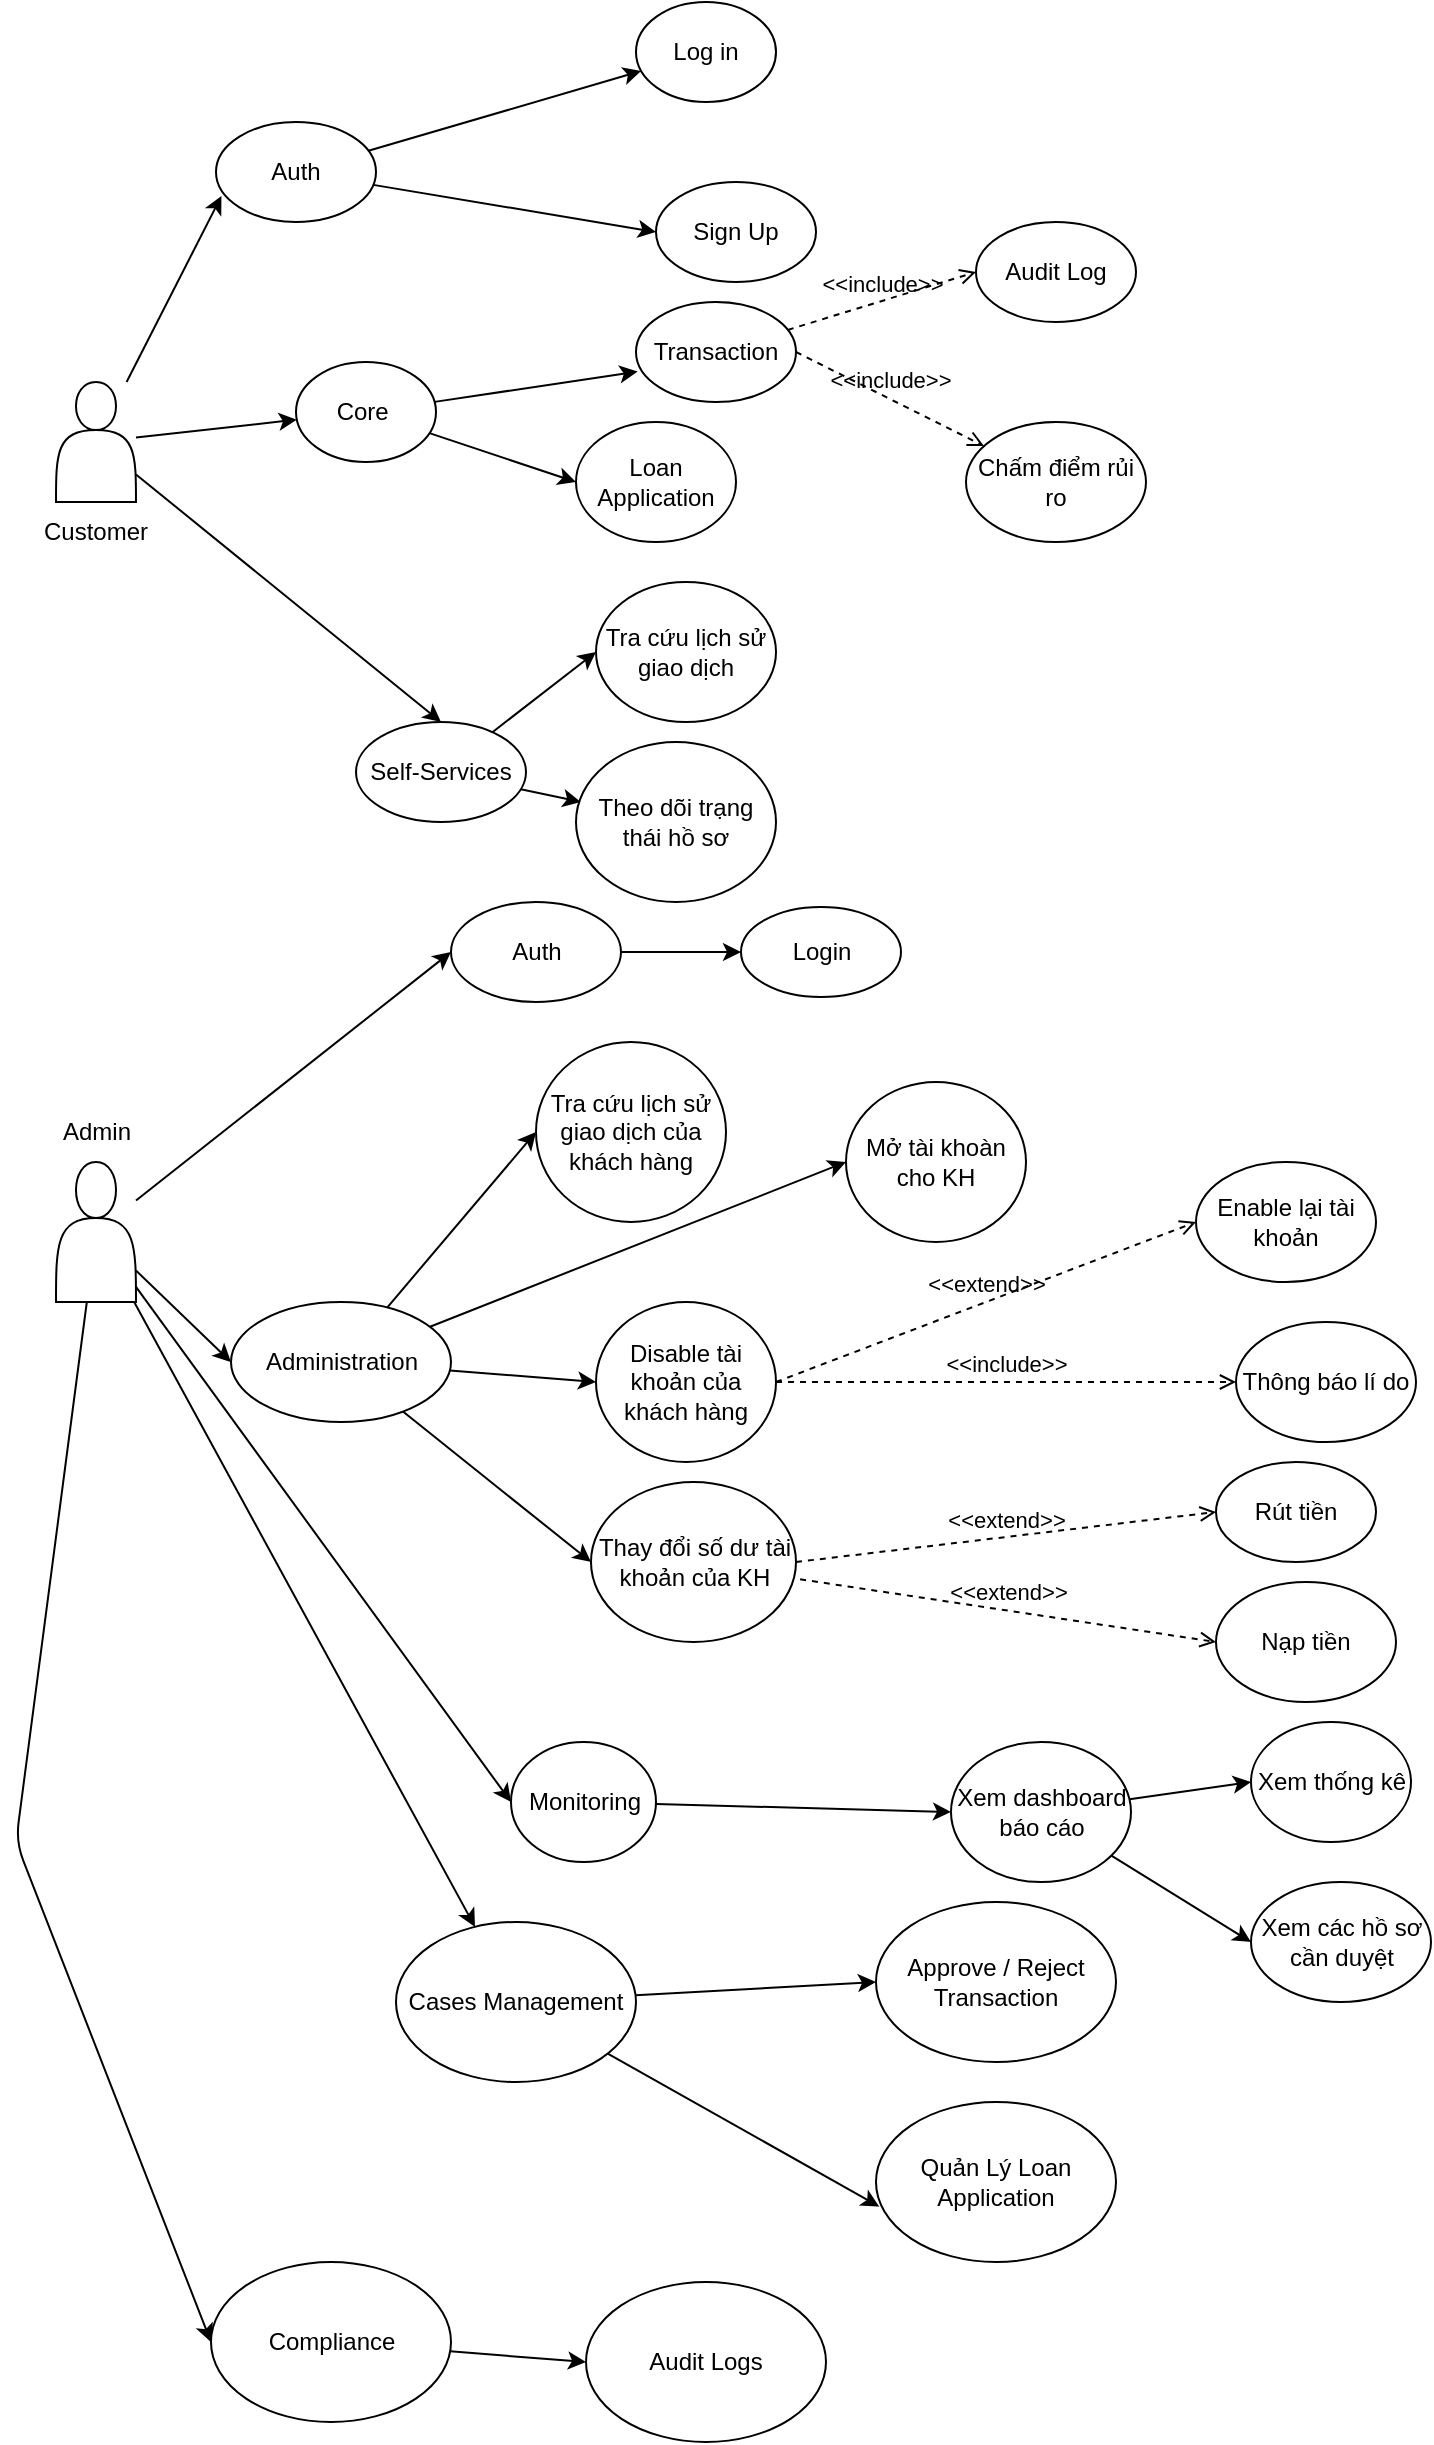
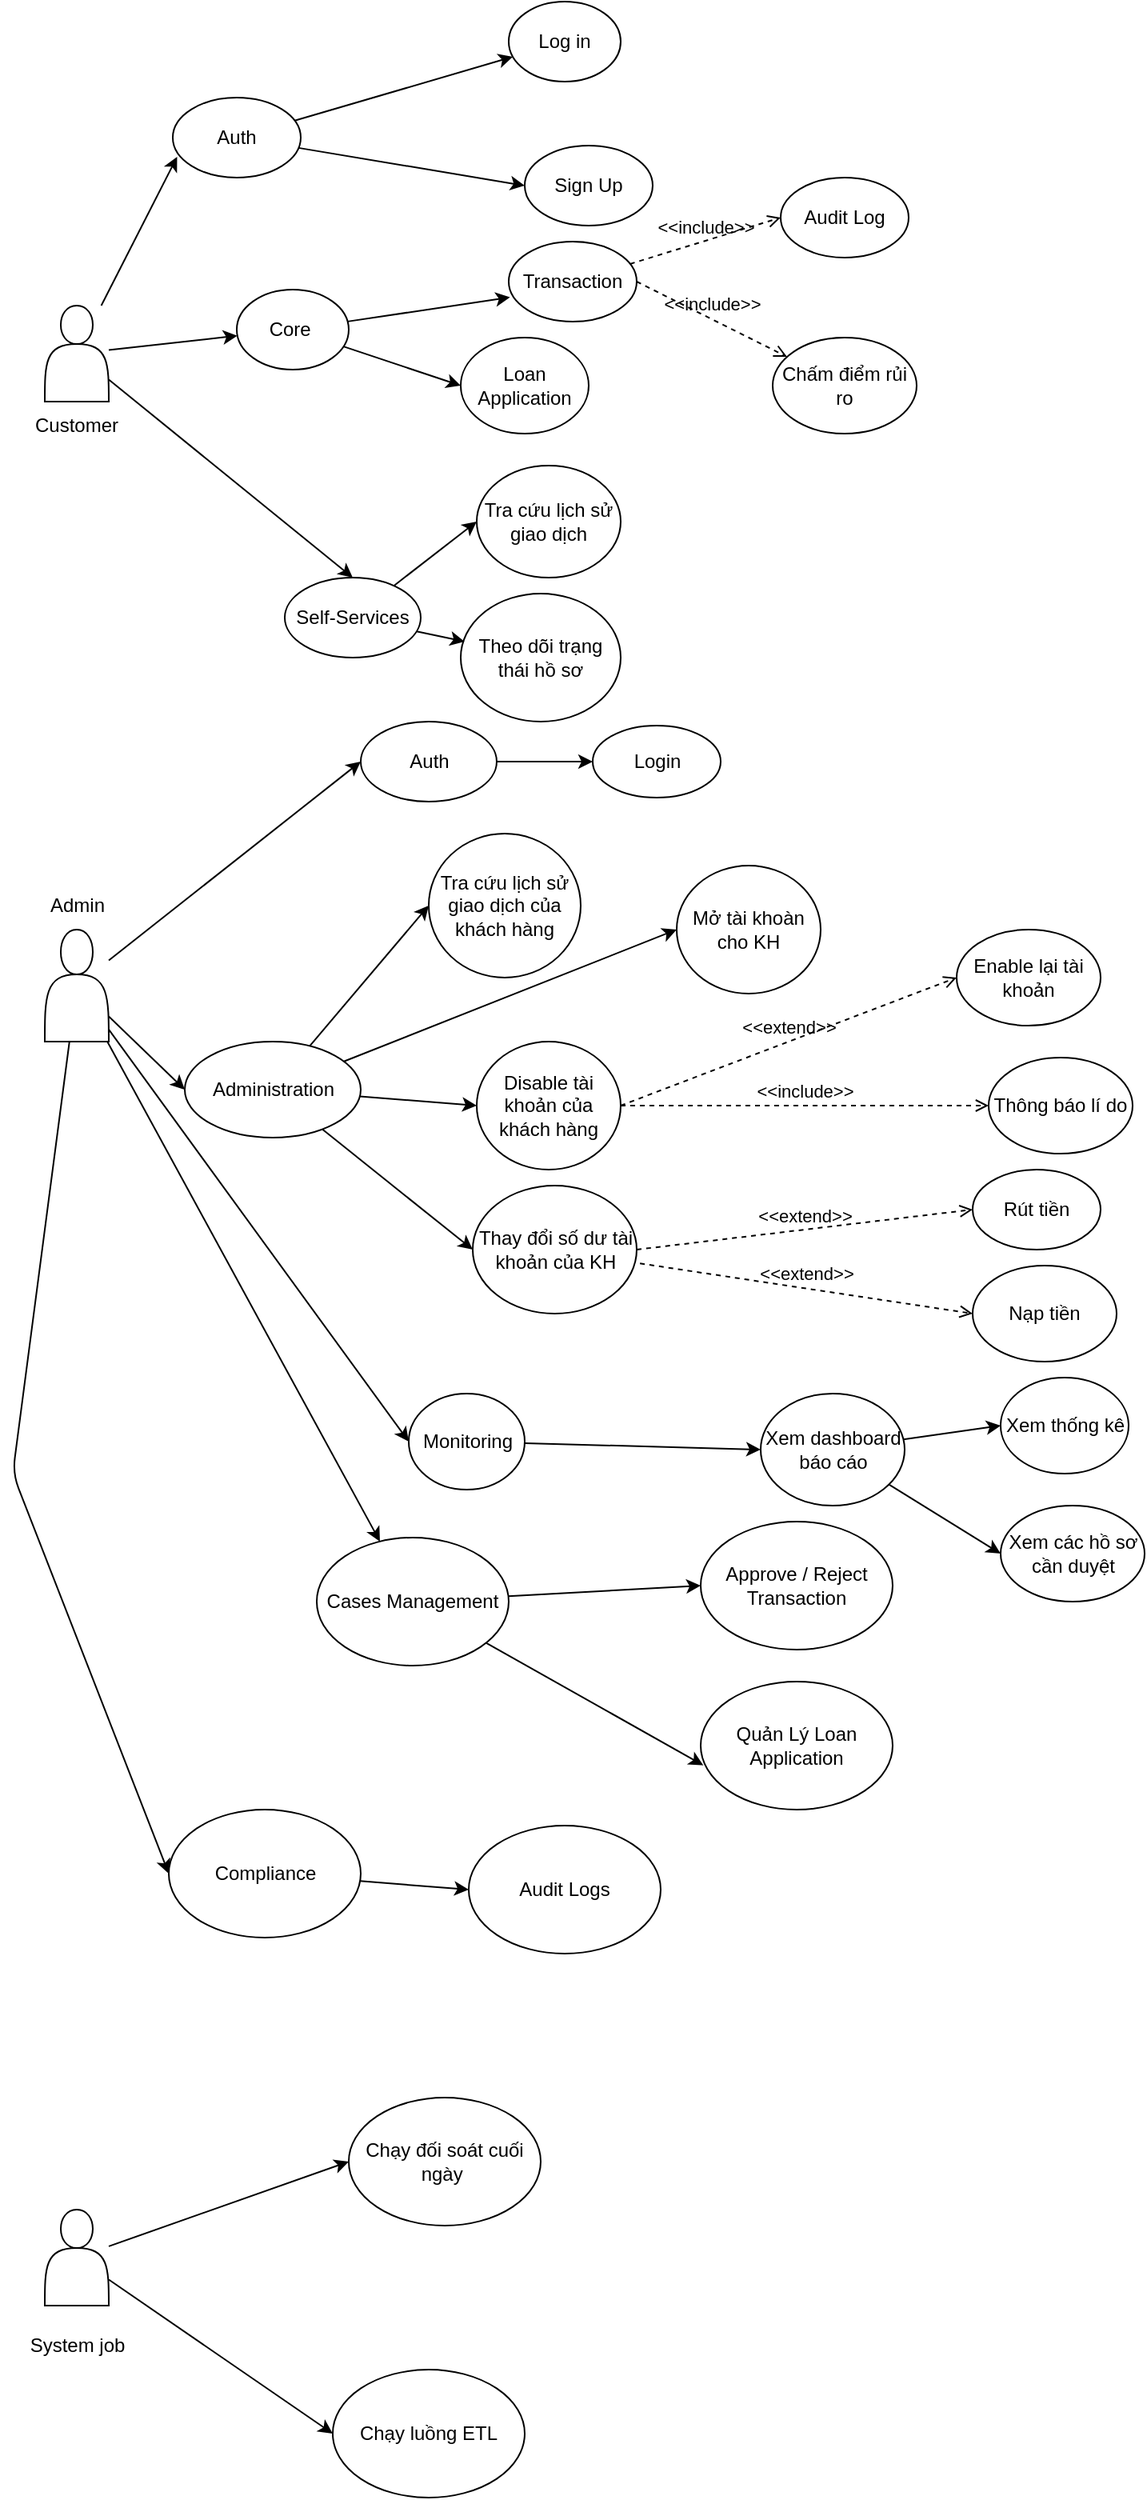
<mxfile host="65bd71144e">
    <diagram id="MHhxsnbR9KZODQGMe67n" name="Page-1">
-         <mxGraphModel dx="802" dy="371" grid="1" gridSize="10" guides="1" tooltips="1" connect="1" arrows="1" fold="1" page="1" pageScale="1" pageWidth="1100" pageHeight="1700" background="none" math="0" shadow="0">
+         <mxGraphModel dx="1186" dy="585" grid="1" gridSize="10" guides="1" tooltips="1" connect="1" arrows="1" fold="1" page="1" pageScale="1" pageWidth="1100" pageHeight="1700" background="none" math="0" shadow="0">
            <root>
                <mxCell id="0"/>
                <mxCell id="1" parent="0"/>
                <mxCell id="25" style="edgeStyle=none;html=1;entryX=0.5;entryY=0;entryDx=0;entryDy=0;" parent="1" source="2" target="21" edge="1">
                    <mxGeometry relative="1" as="geometry"/>
                </mxCell>
                <mxCell id="29" style="edgeStyle=none;html=1;" parent="1" source="2" target="14" edge="1">
                    <mxGeometry relative="1" as="geometry"/>
                </mxCell>
                <mxCell id="2" value="" style="shape=actor;whiteSpace=wrap;html=1;" parent="1" vertex="1">
                    <mxGeometry x="40" y="190" width="40" height="60" as="geometry"/>
                </mxCell>
                <mxCell id="11" style="edgeStyle=none;html=1;" parent="1" source="3" target="7" edge="1">
                    <mxGeometry relative="1" as="geometry"/>
                </mxCell>
                <mxCell id="13" style="edgeStyle=none;html=1;entryX=0;entryY=0.5;entryDx=0;entryDy=0;" parent="1" source="3" target="9" edge="1">
                    <mxGeometry relative="1" as="geometry"/>
                </mxCell>
                <mxCell id="3" value="Auth" style="ellipse;whiteSpace=wrap;html=1;" parent="1" vertex="1">
                    <mxGeometry x="120" y="60" width="80" height="50" as="geometry"/>
                </mxCell>
                <mxCell id="4" value="Customer" style="text;html=1;align=center;verticalAlign=middle;whiteSpace=wrap;rounded=0;" parent="1" vertex="1">
                    <mxGeometry x="30" y="250" width="60" height="30" as="geometry"/>
                </mxCell>
                <mxCell id="7" value="Log in" style="ellipse;whiteSpace=wrap;html=1;" parent="1" vertex="1">
                    <mxGeometry x="330" width="70" height="50" as="geometry"/>
                </mxCell>
                <mxCell id="9" value="Sign Up" style="ellipse;whiteSpace=wrap;html=1;" parent="1" vertex="1">
                    <mxGeometry x="340" y="90" width="80" height="50" as="geometry"/>
                </mxCell>
                <mxCell id="19" style="edgeStyle=none;html=1;entryX=0;entryY=0.5;entryDx=0;entryDy=0;" parent="1" source="14" target="18" edge="1">
                    <mxGeometry relative="1" as="geometry"/>
                </mxCell>
                <mxCell id="14" value="Core&amp;nbsp;" style="ellipse;whiteSpace=wrap;html=1;" parent="1" vertex="1">
                    <mxGeometry x="160" y="180" width="70" height="50" as="geometry"/>
                </mxCell>
                <mxCell id="16" value="Transaction" style="ellipse;whiteSpace=wrap;html=1;" parent="1" vertex="1">
                    <mxGeometry x="330" y="150" width="80" height="50" as="geometry"/>
                </mxCell>
                <mxCell id="17" style="edgeStyle=none;html=1;entryX=0.01;entryY=0.696;entryDx=0;entryDy=0;entryPerimeter=0;" parent="1" source="14" target="16" edge="1">
                    <mxGeometry relative="1" as="geometry"/>
                </mxCell>
                <mxCell id="18" value="Loan Application" style="ellipse;whiteSpace=wrap;html=1;" parent="1" vertex="1">
                    <mxGeometry x="300" y="210" width="80" height="60" as="geometry"/>
                </mxCell>
                <mxCell id="26" style="edgeStyle=none;html=1;entryX=0;entryY=0.5;entryDx=0;entryDy=0;" parent="1" source="21" target="22" edge="1">
                    <mxGeometry relative="1" as="geometry"/>
                </mxCell>
                <mxCell id="21" value="Self-Services" style="ellipse;whiteSpace=wrap;html=1;" parent="1" vertex="1">
                    <mxGeometry x="190" y="360" width="85" height="50" as="geometry"/>
                </mxCell>
                <mxCell id="22" value="Tra cứu lịch sử giao dịch" style="ellipse;whiteSpace=wrap;html=1;" parent="1" vertex="1">
                    <mxGeometry x="310" y="290" width="90" height="70" as="geometry"/>
                </mxCell>
                <mxCell id="23" value="Theo dõi trạng thái hồ sơ" style="ellipse;whiteSpace=wrap;html=1;" parent="1" vertex="1">
                    <mxGeometry x="300" y="370" width="100" height="80" as="geometry"/>
                </mxCell>
                <mxCell id="27" style="edgeStyle=none;html=1;entryX=0.024;entryY=0.375;entryDx=0;entryDy=0;entryPerimeter=0;" parent="1" source="21" target="23" edge="1">
                    <mxGeometry relative="1" as="geometry"/>
                </mxCell>
                <mxCell id="28" style="edgeStyle=none;html=1;entryX=0.034;entryY=0.74;entryDx=0;entryDy=0;entryPerimeter=0;" parent="1" source="2" target="3" edge="1">
                    <mxGeometry relative="1" as="geometry"/>
                </mxCell>
                <mxCell id="33" style="edgeStyle=none;html=1;entryX=0;entryY=0.5;entryDx=0;entryDy=0;" parent="1" source="30" target="31" edge="1">
                    <mxGeometry relative="1" as="geometry"/>
                </mxCell>
                <mxCell id="36" style="edgeStyle=none;html=1;entryX=0;entryY=0.5;entryDx=0;entryDy=0;" parent="1" source="30" target="35" edge="1">
                    <mxGeometry relative="1" as="geometry"/>
                </mxCell>
                <mxCell id="61" style="edgeStyle=none;html=1;entryX=0;entryY=0.5;entryDx=0;entryDy=0;" parent="1" source="30" target="60" edge="1">
                    <mxGeometry relative="1" as="geometry"/>
                </mxCell>
                <mxCell id="71" style="edgeStyle=none;html=1;" parent="1" source="30" target="68" edge="1">
                    <mxGeometry relative="1" as="geometry"/>
                </mxCell>
                <mxCell id="76" style="edgeStyle=none;html=1;entryX=0;entryY=0.5;entryDx=0;entryDy=0;" parent="1" source="30" target="74" edge="1">
                    <mxGeometry relative="1" as="geometry">
                        <Array as="points">
                            <mxPoint x="20" y="920"/>
                        </Array>
                    </mxGeometry>
                </mxCell>
                <mxCell id="30" value="" style="shape=actor;whiteSpace=wrap;html=1;" parent="1" vertex="1">
                    <mxGeometry x="40" y="580" width="40" height="70" as="geometry"/>
                </mxCell>
                <mxCell id="34" style="edgeStyle=none;html=1;entryX=0;entryY=0.5;entryDx=0;entryDy=0;" parent="1" source="31" target="32" edge="1">
                    <mxGeometry relative="1" as="geometry"/>
                </mxCell>
                <mxCell id="31" value="Auth" style="ellipse;whiteSpace=wrap;html=1;" parent="1" vertex="1">
                    <mxGeometry x="237.5" y="450" width="85" height="50" as="geometry"/>
                </mxCell>
                <mxCell id="32" value="Login" style="ellipse;whiteSpace=wrap;html=1;" parent="1" vertex="1">
                    <mxGeometry x="382.5" y="452.5" width="80" height="45" as="geometry"/>
                </mxCell>
                <mxCell id="38" style="edgeStyle=none;html=1;entryX=0;entryY=0.5;entryDx=0;entryDy=0;" parent="1" source="35" target="37" edge="1">
                    <mxGeometry relative="1" as="geometry"/>
                </mxCell>
                <mxCell id="51" style="edgeStyle=none;html=1;entryX=0;entryY=0.5;entryDx=0;entryDy=0;" parent="1" source="35" target="39" edge="1">
                    <mxGeometry relative="1" as="geometry"/>
                </mxCell>
                <mxCell id="52" style="edgeStyle=none;html=1;entryX=0;entryY=0.5;entryDx=0;entryDy=0;" parent="1" source="35" target="41" edge="1">
                    <mxGeometry relative="1" as="geometry"/>
                </mxCell>
                <mxCell id="55" style="edgeStyle=none;html=1;entryX=0;entryY=0.5;entryDx=0;entryDy=0;" parent="1" source="35" target="53" edge="1">
                    <mxGeometry relative="1" as="geometry"/>
                </mxCell>
                <mxCell id="35" value="Administration" style="ellipse;whiteSpace=wrap;html=1;" parent="1" vertex="1">
                    <mxGeometry x="127.5" y="650" width="110" height="60" as="geometry"/>
                </mxCell>
                <mxCell id="37" value="Tra cứu lịch sử giao dịch của khách hàng" style="ellipse;whiteSpace=wrap;html=1;" parent="1" vertex="1">
                    <mxGeometry x="280" y="520" width="95" height="90" as="geometry"/>
                </mxCell>
                <mxCell id="39" value="Mở tài khoàn cho KH" style="ellipse;whiteSpace=wrap;html=1;" parent="1" vertex="1">
                    <mxGeometry x="435" y="540" width="90" height="80" as="geometry"/>
                </mxCell>
                <mxCell id="41" value="Disable tài khoản của khách hàng" style="ellipse;whiteSpace=wrap;html=1;" parent="1" vertex="1">
                    <mxGeometry x="310" y="650" width="90" height="80" as="geometry"/>
                </mxCell>
                <mxCell id="43" value="&amp;lt;&amp;lt;include&amp;gt;&amp;gt;" style="html=1;verticalAlign=bottom;labelBackgroundColor=none;endArrow=open;endFill=0;dashed=1;exitX=1;exitY=0.5;exitDx=0;exitDy=0;" parent="1" source="41" target="44" edge="1">
                    <mxGeometry width="160" relative="1" as="geometry">
                        <mxPoint x="360" y="760" as="sourcePoint"/>
                        <mxPoint x="450" y="720" as="targetPoint"/>
                    </mxGeometry>
                </mxCell>
                <mxCell id="44" value="Thông báo lí do" style="ellipse;whiteSpace=wrap;html=1;" parent="1" vertex="1">
                    <mxGeometry x="630" y="660" width="90" height="60" as="geometry"/>
                </mxCell>
                <mxCell id="46" value="&amp;lt;&amp;lt;extend&amp;gt;&amp;gt;" style="html=1;verticalAlign=bottom;labelBackgroundColor=none;endArrow=open;endFill=0;dashed=1;exitX=1;exitY=0.5;exitDx=0;exitDy=0;entryX=0;entryY=0.5;entryDx=0;entryDy=0;" parent="1" source="41" target="47" edge="1">
                    <mxGeometry width="160" relative="1" as="geometry">
                        <mxPoint x="365" y="710" as="sourcePoint"/>
                        <mxPoint x="520" y="690" as="targetPoint"/>
                        <Array as="points"/>
                    </mxGeometry>
                </mxCell>
                <mxCell id="47" value="Enable lại tài khoản" style="ellipse;whiteSpace=wrap;html=1;" parent="1" vertex="1">
                    <mxGeometry x="610" y="580" width="90" height="60" as="geometry"/>
                </mxCell>
                <mxCell id="53" value="Thay đổi số dư tài khoản của KH" style="ellipse;whiteSpace=wrap;html=1;" parent="1" vertex="1">
                    <mxGeometry x="307.5" y="740" width="102.5" height="80" as="geometry"/>
                </mxCell>
                <mxCell id="56" value="&amp;lt;&amp;lt;extend&amp;gt;&amp;gt;" style="html=1;verticalAlign=bottom;labelBackgroundColor=none;endArrow=open;endFill=0;dashed=1;exitX=1;exitY=0.5;exitDx=0;exitDy=0;entryX=0;entryY=0.5;entryDx=0;entryDy=0;" parent="1" source="53" target="57" edge="1">
                    <mxGeometry width="160" relative="1" as="geometry">
                        <mxPoint x="400" y="840" as="sourcePoint"/>
                        <mxPoint x="440" y="820" as="targetPoint"/>
                    </mxGeometry>
                </mxCell>
                <mxCell id="57" value="Rút tiền" style="ellipse;whiteSpace=wrap;html=1;" parent="1" vertex="1">
                    <mxGeometry x="620" y="730" width="80" height="50" as="geometry"/>
                </mxCell>
                <mxCell id="58" value="&amp;lt;&amp;lt;extend&amp;gt;&amp;gt;" style="html=1;verticalAlign=bottom;labelBackgroundColor=none;endArrow=open;endFill=0;dashed=1;exitX=1.02;exitY=0.608;exitDx=0;exitDy=0;exitPerimeter=0;entryX=0;entryY=0.5;entryDx=0;entryDy=0;" parent="1" source="53" target="59" edge="1">
                    <mxGeometry width="160" relative="1" as="geometry">
                        <mxPoint x="400" y="880" as="sourcePoint"/>
                        <mxPoint x="440" y="880" as="targetPoint"/>
                    </mxGeometry>
                </mxCell>
                <mxCell id="59" value="Nạp tiền" style="ellipse;whiteSpace=wrap;html=1;" parent="1" vertex="1">
                    <mxGeometry x="620" y="790" width="90" height="60" as="geometry"/>
                </mxCell>
                <mxCell id="65" style="edgeStyle=none;html=1;entryX=0;entryY=0.5;entryDx=0;entryDy=0;" parent="1" source="60" target="62" edge="1">
                    <mxGeometry relative="1" as="geometry"/>
                </mxCell>
                <mxCell id="60" value="Monitoring" style="ellipse;whiteSpace=wrap;html=1;" parent="1" vertex="1">
                    <mxGeometry x="267.5" y="870" width="72.5" height="60" as="geometry"/>
                </mxCell>
                <mxCell id="66" style="edgeStyle=none;html=1;entryX=0;entryY=0.5;entryDx=0;entryDy=0;" parent="1" source="62" target="63" edge="1">
                    <mxGeometry relative="1" as="geometry"/>
                </mxCell>
                <mxCell id="67" style="edgeStyle=none;html=1;entryX=0;entryY=0.5;entryDx=0;entryDy=0;" parent="1" source="62" target="64" edge="1">
                    <mxGeometry relative="1" as="geometry"/>
                </mxCell>
                <mxCell id="62" value="Xem dashboard báo cáo" style="ellipse;whiteSpace=wrap;html=1;" parent="1" vertex="1">
                    <mxGeometry x="487.5" y="870" width="90" height="70" as="geometry"/>
                </mxCell>
                <mxCell id="63" value="Xem thống kê" style="ellipse;whiteSpace=wrap;html=1;" parent="1" vertex="1">
                    <mxGeometry x="637.5" y="860" width="80" height="60" as="geometry"/>
                </mxCell>
                <mxCell id="64" value="Xem các hồ sơ cần duyệt" style="ellipse;whiteSpace=wrap;html=1;" parent="1" vertex="1">
                    <mxGeometry x="637.5" y="940" width="90" height="60" as="geometry"/>
                </mxCell>
                <mxCell id="72" style="edgeStyle=none;html=1;entryX=0;entryY=0.5;entryDx=0;entryDy=0;" parent="1" source="68" target="69" edge="1">
                    <mxGeometry relative="1" as="geometry"/>
                </mxCell>
                <mxCell id="68" value="Cases Management" style="ellipse;whiteSpace=wrap;html=1;" parent="1" vertex="1">
                    <mxGeometry x="210" y="960" width="120" height="80" as="geometry"/>
                </mxCell>
                <mxCell id="69" value="Approve / Reject&lt;div&gt;Transaction&lt;/div&gt;" style="ellipse;whiteSpace=wrap;html=1;" parent="1" vertex="1">
                    <mxGeometry x="450" y="950" width="120" height="80" as="geometry"/>
                </mxCell>
                <mxCell id="70" value="Quản Lý Loan Application" style="ellipse;whiteSpace=wrap;html=1;" parent="1" vertex="1">
                    <mxGeometry x="450" y="1050" width="120" height="80" as="geometry"/>
                </mxCell>
                <mxCell id="73" style="edgeStyle=none;html=1;entryX=0.014;entryY=0.654;entryDx=0;entryDy=0;entryPerimeter=0;" parent="1" source="68" target="70" edge="1">
                    <mxGeometry relative="1" as="geometry"/>
                </mxCell>
                <mxCell id="77" style="edgeStyle=none;html=1;entryX=0;entryY=0.5;entryDx=0;entryDy=0;" parent="1" source="74" target="75" edge="1">
                    <mxGeometry relative="1" as="geometry"/>
                </mxCell>
                <mxCell id="74" value="Compliance" style="ellipse;whiteSpace=wrap;html=1;" parent="1" vertex="1">
                    <mxGeometry x="117.5" y="1130" width="120" height="80" as="geometry"/>
                </mxCell>
                <mxCell id="75" value="Audit Logs" style="ellipse;whiteSpace=wrap;html=1;" parent="1" vertex="1">
                    <mxGeometry x="305" y="1140" width="120" height="80" as="geometry"/>
                </mxCell>
                <mxCell id="78" value="Admin" style="text;html=1;align=center;verticalAlign=middle;resizable=0;points=[];autosize=1;strokeColor=none;fillColor=none;" parent="1" vertex="1">
                    <mxGeometry x="30" y="550" width="60" height="30" as="geometry"/>
                </mxCell>
                <mxCell id="79" value="&amp;lt;&amp;lt;include&amp;gt;&amp;gt;" style="html=1;verticalAlign=bottom;labelBackgroundColor=none;endArrow=open;endFill=0;dashed=1;entryX=0;entryY=0.5;entryDx=0;entryDy=0;" parent="1" source="16" target="80" edge="1">
                    <mxGeometry width="160" relative="1" as="geometry">
                        <mxPoint x="410" y="175" as="sourcePoint"/>
                        <mxPoint x="570" y="175" as="targetPoint"/>
                    </mxGeometry>
                </mxCell>
                <mxCell id="80" value="Audit Log" style="ellipse;whiteSpace=wrap;html=1;" parent="1" vertex="1">
                    <mxGeometry x="500" y="110" width="80" height="50" as="geometry"/>
                </mxCell>
                <mxCell id="81" value="&amp;lt;&amp;lt;include&amp;gt;&amp;gt;" style="html=1;verticalAlign=bottom;labelBackgroundColor=none;endArrow=open;endFill=0;dashed=1;exitX=1;exitY=0.5;exitDx=0;exitDy=0;" parent="1" source="16" target="82" edge="1">
                    <mxGeometry width="160" relative="1" as="geometry">
                        <mxPoint x="430" y="220" as="sourcePoint"/>
                        <mxPoint x="460" y="220" as="targetPoint"/>
                    </mxGeometry>
                </mxCell>
                <mxCell id="82" value="Chấm điểm rủi ro" style="ellipse;whiteSpace=wrap;html=1;" parent="1" vertex="1">
                    <mxGeometry x="495" y="210" width="90" height="60" as="geometry"/>
                </mxCell>
+                 <mxCell id="87" style="edgeStyle=none;html=1;entryX=0;entryY=0.5;entryDx=0;entryDy=0;" edge="1" parent="1" source="84" target="86">
+                     <mxGeometry relative="1" as="geometry"/>
+                 </mxCell>
+                 <mxCell id="89" style="edgeStyle=none;html=1;entryX=0;entryY=0.5;entryDx=0;entryDy=0;" edge="1" parent="1" source="84" target="88">
+                     <mxGeometry relative="1" as="geometry"/>
+                 </mxCell>
+                 <mxCell id="84" value="" style="shape=actor;whiteSpace=wrap;html=1;" vertex="1" parent="1">
+                     <mxGeometry x="40" y="1380" width="40" height="60" as="geometry"/>
+                 </mxCell>
+                 <mxCell id="85" value="System job" style="text;html=1;align=center;verticalAlign=middle;resizable=0;points=[];autosize=1;strokeColor=none;fillColor=none;" vertex="1" parent="1">
+                     <mxGeometry x="20" y="1450" width="80" height="30" as="geometry"/>
+                 </mxCell>
+                 <mxCell id="86" value="Chạy đối soát cuối ngày&amp;nbsp;" style="ellipse;whiteSpace=wrap;html=1;" vertex="1" parent="1">
+                     <mxGeometry x="230" y="1310" width="120" height="80" as="geometry"/>
+                 </mxCell>
+                 <mxCell id="88" value="Chạy luồng ETL" style="ellipse;whiteSpace=wrap;html=1;" vertex="1" parent="1">
+                     <mxGeometry x="220" y="1480" width="120" height="80" as="geometry"/>
+                 </mxCell>
            </root>
        </mxGraphModel>
    </diagram>
</mxfile>